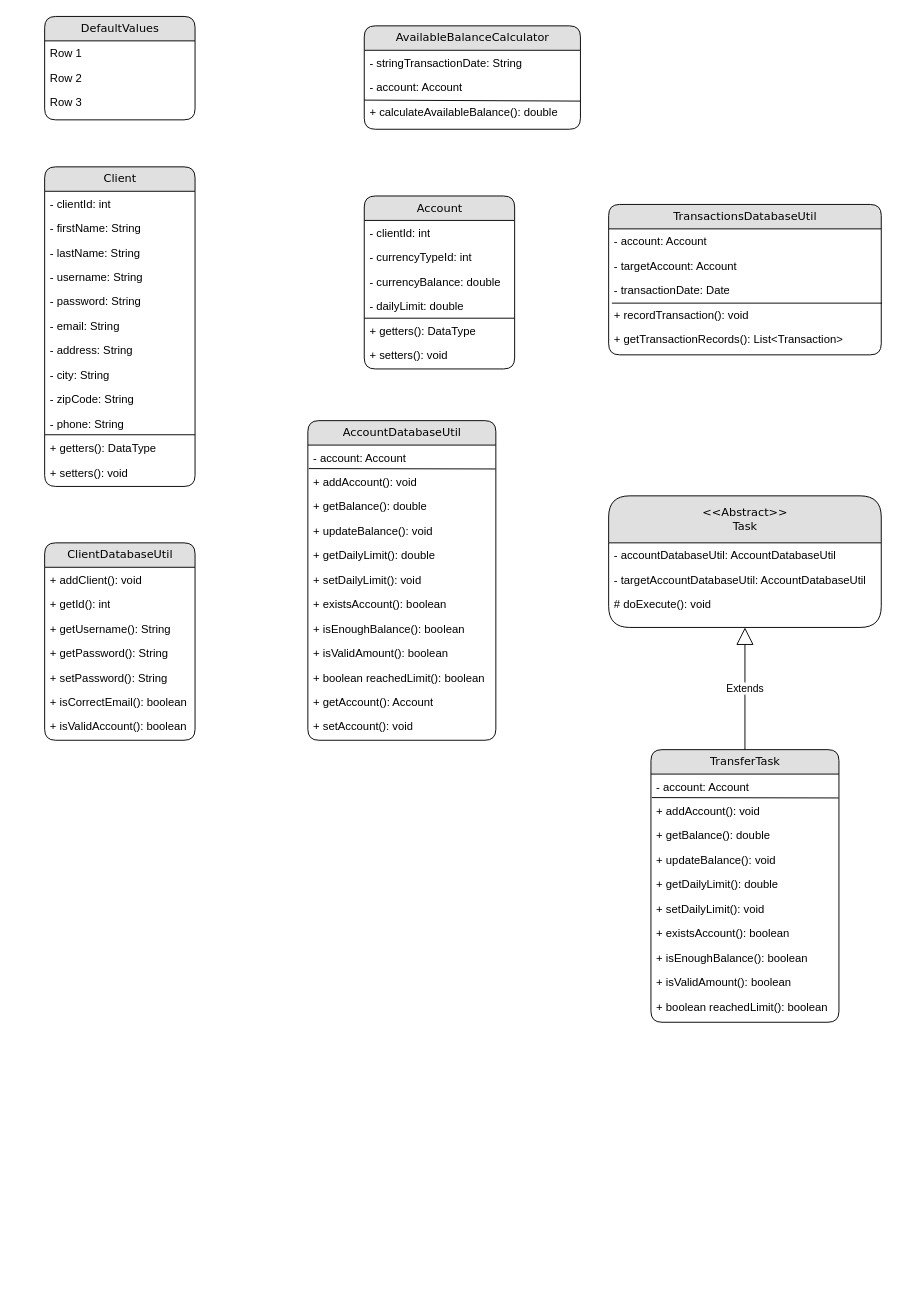
Above: bank-for-pros-UML.drawio in jren-jane/bank-for-pros (draw.io), before the change. Source tidied: cells renumbered, new cells numbered last; positions are measured from the earlier drawing's top-left corner, leaving out a move shared by most shapes. Both pictures are drawn from the tidied source at 94%, with x=0, y=0 at pixel (44, 16).
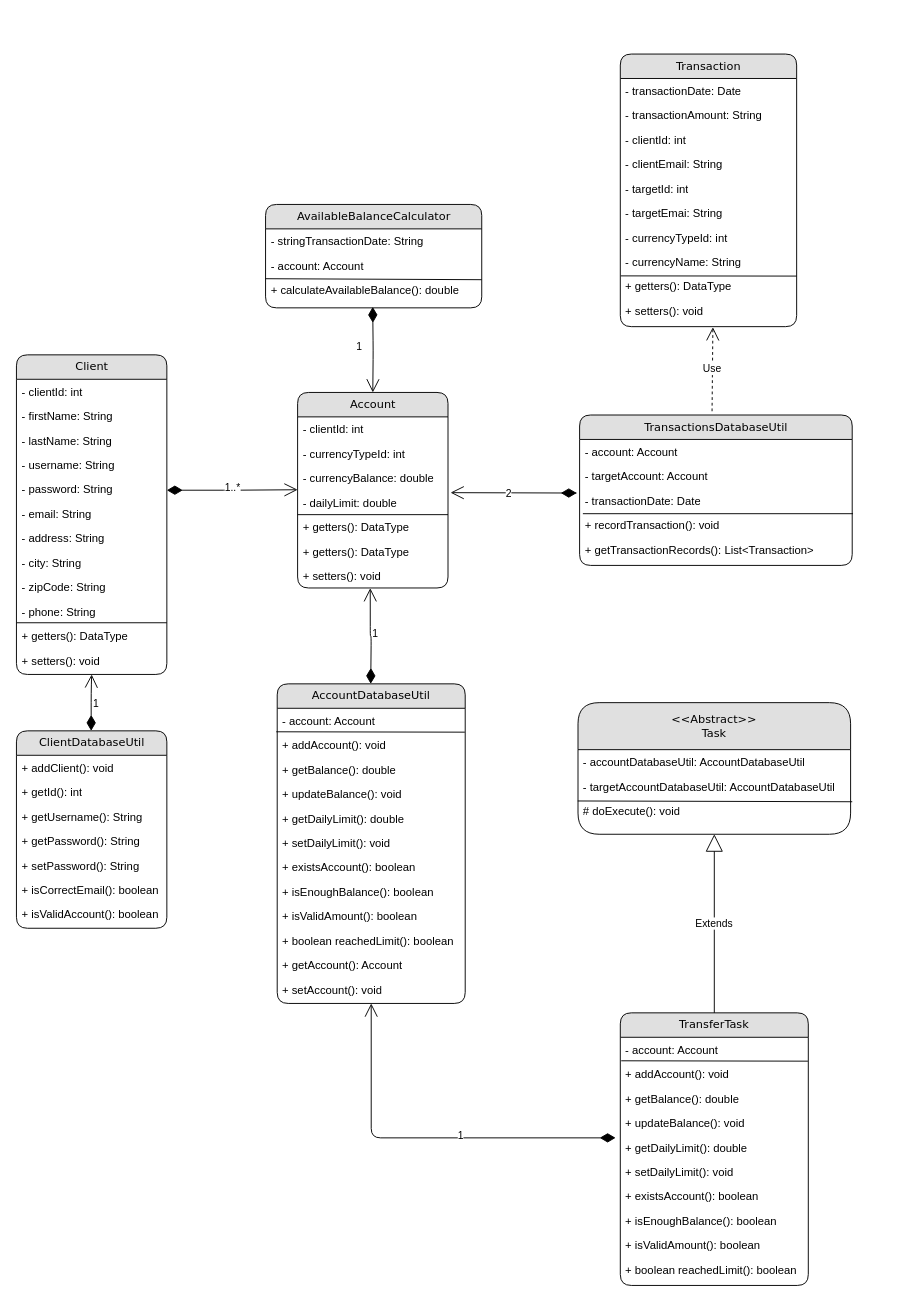
After the change.

Unchanged cells that the change refers to:
```xml
<mxCell id="37" value="- dailyLimit: double" style="text;html=1;strokeColor=none;fillColor=none;spacingLeft=4;spacingRight=4;whiteSpace=wrap;overflow=hidden;points=[[0,0.5],[1,0.5]];portConstraint=eastwest;" parent="33" vertex="1">
  <mxGeometry y="104" width="160" height="26" as="geometry" />
</mxCell>
<mxCell id="43" value="+ addAccount(): void" style="text;html=1;strokeColor=none;fillColor=none;spacingLeft=4;spacingRight=4;whiteSpace=wrap;overflow=hidden;points=[[0,0.5],[1,0.5]];portConstraint=eastwest;" parent="41" vertex="1">
  <mxGeometry y="52" width="200" height="26" as="geometry" />
</mxCell>
<mxCell id="70" value="# doExecute(): void" style="text;html=1;strokeColor=none;fillColor=none;spacingLeft=4;spacingRight=4;whiteSpace=wrap;overflow=hidden;points=[[0,0.5],[1,0.5]];portConstraint=eastwest;" parent="67" vertex="1">
  <mxGeometry y="102" width="290" height="26" as="geometry" />
</mxCell>
```

Diff of the diagram source:
```diff
@@
-    <mxCell id="2" value="DefaultValues" style="swimlane;html=1;fontStyle=0;horizontal=1;startSize=26;fillColor=#e0e0e0;swimlaneFillColor=#ffffff;align=center;rounded=1;shadow=0;comic=0;labelBackgroundColor=none;strokeWidth=1;fontFamily=Verdana;fontSize=12;" parent="1" vertex="1">
-      <mxGeometry width="160" height="110" as="geometry" />
-    </mxCell>
-    <mxCell id="3" value="Row 1" style="text;html=1;strokeColor=none;fillColor=none;spacingLeft=4;spacingRight=4;whiteSpace=wrap;overflow=hidden;" parent="2" vertex="1">
-      <mxGeometry y="26" width="160" height="26" as="geometry" />
-    </mxCell>
-    <mxCell id="4" value="Row 2" style="text;html=1;strokeColor=none;fillColor=none;spacingLeft=4;spacingRight=4;whiteSpace=wrap;overflow=hidden;" parent="2" vertex="1">
-      <mxGeometry y="52" width="160" height="26" as="geometry" />
-    </mxCell>
-    <mxCell id="5" value="Row 3" style="text;html=1;strokeColor=none;fillColor=none;spacingLeft=4;spacingRight=4;whiteSpace=wrap;overflow=hidden;" parent="2" vertex="1">
-      <mxGeometry y="78" width="160" height="26" as="geometry" />
-    </mxCell>
     <mxCell id="6" value="AvailableBalanceCalculator" style="swimlane;html=1;fontStyle=0;horizontal=1;startSize=26;fillColor=#e0e0e0;swimlaneFillColor=#ffffff;align=center;rounded=1;shadow=0;comic=0;labelBackgroundColor=none;strokeWidth=1;fontFamily=Verdana;fontSize=12;" parent="1" vertex="1">
-      <mxGeometry x="340" y="10" width="230" height="110" as="geometry" />
+      <mxGeometry x="235" y="200" width="230" height="110" as="geometry" />
     </mxCell>
@@
     <mxCell id="11" value="Client" style="swimlane;html=1;fontStyle=0;horizontal=1;startSize=26;fillColor=#e0e0e0;swimlaneFillColor=#ffffff;align=center;rounded=1;shadow=0;comic=0;labelBackgroundColor=none;strokeWidth=1;fontFamily=Verdana;fontSize=12;" parent="1" vertex="1">
-      <mxGeometry y="160" width="160" height="340" as="geometry" />
+      <mxGeometry x="-30" y="360" width="160" height="340" as="geometry" />
     </mxCell>
@@
     <mxCell id="25" value="ClientDatabaseUtil" style="swimlane;html=1;fontStyle=0;horizontal=1;startSize=26;fillColor=#e0e0e0;swimlaneFillColor=#ffffff;align=center;rounded=1;shadow=0;comic=0;labelBackgroundColor=none;strokeWidth=1;fontFamily=Verdana;fontSize=12;" parent="1" vertex="1">
-      <mxGeometry y="560" width="160" height="210" as="geometry" />
+      <mxGeometry x="-30" y="760" width="160" height="210" as="geometry" />
     </mxCell>
@@
     <mxCell id="33" value="Account" style="swimlane;html=1;fontStyle=0;horizontal=1;startSize=26;fillColor=#e0e0e0;swimlaneFillColor=#ffffff;align=center;rounded=1;shadow=0;comic=0;labelBackgroundColor=none;strokeWidth=1;fontFamily=Verdana;fontSize=12;" parent="1" vertex="1">
-      <mxGeometry x="340" y="191" width="160" height="184" as="geometry" />
+      <mxGeometry x="269.1" y="400" width="160" height="208" as="geometry" />
     </mxCell>
@@
+    <mxCell id="79" value="+ getters(): DataType" style="text;html=1;strokeColor=none;fillColor=none;spacingLeft=4;spacingRight=4;whiteSpace=wrap;overflow=hidden;" parent="33" vertex="1">
+      <mxGeometry y="130" width="160" height="26" as="geometry" />
+    </mxCell>
     <mxCell id="39" value="+ getters(): DataType" style="text;html=1;strokeColor=none;fillColor=none;spacingLeft=4;spacingRight=4;whiteSpace=wrap;overflow=hidden;" parent="33" vertex="1">
-      <mxGeometry y="130" width="160" height="26" as="geometry" />
+      <mxGeometry y="156" width="160" height="26" as="geometry" />
     </mxCell>
     <mxCell id="40" value="+ setters(): void" style="text;html=1;strokeColor=none;fillColor=none;spacingLeft=4;spacingRight=4;whiteSpace=wrap;overflow=hidden;points=[[0,0.5],[1,0.5]];portConstraint=eastwest;" parent="33" vertex="1">
-      <mxGeometry y="156" width="160" height="26" as="geometry" />
+      <mxGeometry y="182" width="160" height="26" as="geometry" />
     </mxCell>
     <mxCell id="41" value="AccountDatabaseUtil" style="swimlane;html=1;fontStyle=0;horizontal=1;startSize=26;fillColor=#e0e0e0;swimlaneFillColor=#ffffff;align=center;rounded=1;shadow=0;comic=0;labelBackgroundColor=none;strokeWidth=1;fontFamily=Verdana;fontSize=12;" parent="1" vertex="1">
-      <mxGeometry x="280" y="430" width="200" height="340" as="geometry" />
+      <mxGeometry x="247.4" y="710" width="200" height="340" as="geometry" />
     </mxCell>
@@
     <mxCell id="54" style="endArrow=none;html=1;entryX=0.998;entryY=-0.023;entryDx=0;entryDy=0;entryPerimeter=0;" parent="41" edge="1" target="43">
       <mxGeometry relative="1" as="geometry">
-        <mxPoint x="1" y="51" as="sourcePoint" />
+        <mxPoint x="-1" y="51" as="sourcePoint" />
       </mxGeometry>
     </mxCell>
     <mxCell id="55" value="TransferTask" style="swimlane;html=1;fontStyle=0;horizontal=1;startSize=26;fillColor=#e0e0e0;swimlaneFillColor=#ffffff;align=center;rounded=1;shadow=0;comic=0;labelBackgroundColor=none;strokeWidth=1;fontFamily=Verdana;fontSize=12;" parent="1" vertex="1">
-      <mxGeometry x="645" y="780" width="200" height="290" as="geometry" />
+      <mxGeometry x="612.4" y="1060" width="200" height="290" as="geometry" />
     </mxCell>
@@
     <mxCell id="67" value="&amp;lt;&amp;lt;Abstract&amp;gt;&amp;gt;&lt;br&gt;Task" style="swimlane;html=1;fontStyle=0;horizontal=1;startSize=50;fillColor=#e0e0e0;swimlaneFillColor=#ffffff;align=center;rounded=1;shadow=0;comic=0;labelBackgroundColor=none;strokeWidth=1;fontFamily=Verdana;fontSize=12;" parent="1" vertex="1">
-      <mxGeometry x="600" y="510" width="290" height="140" as="geometry" />
+      <mxGeometry x="567.4" y="730" width="290" height="140" as="geometry" />
     </mxCell>
@@
+    <mxCell id="80" style="endArrow=none;html=1;exitX=-0.001;exitY=0.1;exitDx=0;exitDy=0;exitPerimeter=0;entryX=1.006;entryY=0.131;entryDx=0;entryDy=0;entryPerimeter=0;" parent="67" edge="1" source="70" target="70">
+      <mxGeometry relative="1" as="geometry" />
+    </mxCell>
     <mxCell id="71" value="TransactionsDatabaseUtil" style="swimlane;html=1;fontStyle=0;horizontal=1;startSize=26;fillColor=#e0e0e0;swimlaneFillColor=#ffffff;align=center;rounded=1;shadow=0;comic=0;labelBackgroundColor=none;strokeWidth=1;fontFamily=Verdana;fontSize=12;" parent="1" vertex="1">
-      <mxGeometry x="600" y="200" width="290" height="160" as="geometry" />
+      <mxGeometry x="569.1" y="424" width="290" height="160" as="geometry" />
     </mxCell>
@@
+    <mxCell id="81" value="1" style="endArrow=open;html=1;endSize=12;startArrow=diamondThin;startSize=14;startFill=1;edgeStyle=orthogonalEdgeStyle;align=left;verticalAlign=bottom;" parent="1" edge="1">
+      <mxGeometry x="-0.16" y="7" relative="1" as="geometry">
+        <mxPoint x="607.4" y="1193" as="sourcePoint" />
+        <mxPoint x="347.4" y="1050" as="targetPoint" />
+        <Array as="points">
+          <mxPoint x="347.4" y="1193" />
+        </Array>
+      </mxGeometry>
+    </mxCell>
+    <mxCell id="82" value="2" style="endArrow=open;html=1;endSize=12;startArrow=diamondThin;startSize=14;startFill=1;edgeStyle=orthogonalEdgeStyle;align=left;verticalAlign=bottom;entryX=1.017;entryY=0.1;entryDx=0;entryDy=0;entryPerimeter=0;" parent="1" edge="1" target="37">
+      <mxGeometry x="0.24" y="10" relative="1" as="geometry">
+        <mxPoint x="549.1" y="507" as="sourcePoint" />
+        <Array as="points">
+          <mxPoint x="566.1" y="507" />
+        </Array>
+      </mxGeometry>
+    </mxCell>
+    <mxCell id="83" value="1" style="endArrow=open;html=1;endSize=12;startArrow=diamondThin;startSize=14;startFill=1;edgeStyle=orthogonalEdgeStyle;align=left;verticalAlign=bottom;entryX=0.483;entryY=1.008;entryDx=0;entryDy=0;entryPerimeter=0;" parent="1" edge="1" target="40">
+      <mxGeometry y="7" relative="1" as="geometry">
+        <mxPoint x="346.9" y="710" as="sourcePoint" />
+      </mxGeometry>
+    </mxCell>
+    <mxCell id="84" value="1" style="endArrow=open;html=1;endSize=12;startArrow=diamondThin;startSize=14;startFill=1;edgeStyle=orthogonalEdgeStyle;align=left;verticalAlign=bottom;entryX=0.5;entryY=0;entryDx=0;entryDy=0;" parent="1" edge="1" target="33">
+      <mxGeometry x="0.12" y="-19" relative="1" as="geometry">
+        <mxPoint x="349" y="309" as="sourcePoint" />
+      </mxGeometry>
+    </mxCell>
+    <mxCell id="85" value="1" style="endArrow=open;html=1;endSize=12;startArrow=diamondThin;startSize=14;startFill=1;edgeStyle=orthogonalEdgeStyle;align=left;verticalAlign=bottom;" parent="1" edge="1">
+      <mxGeometry x="-0.33" relative="1" as="geometry">
+        <mxPoint x="49.5" y="760" as="sourcePoint" />
+        <mxPoint x="50" y="700" as="targetPoint" />
+        <Array as="points">
+          <mxPoint x="49.5" y="720" />
+          <mxPoint x="49.5" y="720" />
+        </Array>
+      </mxGeometry>
+    </mxCell>
+    <mxCell id="86" value="1..*" style="endArrow=open;html=1;endSize=12;startArrow=diamondThin;startSize=14;startFill=1;edgeStyle=orthogonalEdgeStyle;align=left;verticalAlign=bottom;" parent="1" edge="1">
+      <mxGeometry x="-0.14" y="-6" relative="1" as="geometry">
+        <mxPoint x="130" y="504" as="sourcePoint" />
+        <mxPoint x="269.1" y="503.5" as="targetPoint" />
+        <Array as="points">
+          <mxPoint x="200" y="504" />
+        </Array>
+      </mxGeometry>
+    </mxCell>
+    <mxCell id="87" value="Transaction" style="swimlane;html=1;fontStyle=0;horizontal=1;startSize=26;fillColor=#e0e0e0;swimlaneFillColor=#ffffff;align=center;rounded=1;shadow=0;comic=0;labelBackgroundColor=none;strokeWidth=1;fontFamily=Verdana;fontSize=12;" parent="1" vertex="1">
+      <mxGeometry x="612.4" y="40" width="187.6" height="290" as="geometry" />
+    </mxCell>
+    <mxCell id="88" value="- transactionDate: Date" style="text;html=1;strokeColor=none;fillColor=none;spacingLeft=4;spacingRight=4;whiteSpace=wrap;overflow=hidden;" parent="87" vertex="1">
+      <mxGeometry y="26" width="187.6" height="26" as="geometry" />
+    </mxCell>
+    <mxCell id="89" value="- transactionAmount: String" style="text;html=1;strokeColor=none;fillColor=none;spacingLeft=4;spacingRight=4;whiteSpace=wrap;overflow=hidden;" parent="87" vertex="1">
+      <mxGeometry y="52" width="187.6" height="26" as="geometry" />
+    </mxCell>
+    <mxCell id="90" value="- clientId: int" style="text;html=1;strokeColor=none;fillColor=none;spacingLeft=4;spacingRight=4;whiteSpace=wrap;overflow=hidden;" parent="87" vertex="1">
+      <mxGeometry y="78" width="187.6" height="26" as="geometry" />
+    </mxCell>
+    <mxCell id="91" value="- clientEmail: String" style="text;html=1;strokeColor=none;fillColor=none;spacingLeft=4;spacingRight=4;whiteSpace=wrap;overflow=hidden;" parent="87" vertex="1">
+      <mxGeometry y="104" width="187.6" height="26" as="geometry" />
+    </mxCell>
+    <mxCell id="92" value="- targetId: int" style="text;html=1;strokeColor=none;fillColor=none;spacingLeft=4;spacingRight=4;whiteSpace=wrap;overflow=hidden;" parent="87" vertex="1">
+      <mxGeometry y="130" width="187.6" height="26" as="geometry" />
+    </mxCell>
+    <mxCell id="93" value="- targetEmai: String" style="text;html=1;strokeColor=none;fillColor=none;spacingLeft=4;spacingRight=4;whiteSpace=wrap;overflow=hidden;" parent="87" vertex="1">
+      <mxGeometry y="156" width="187.6" height="26" as="geometry" />
+    </mxCell>
+    <mxCell id="94" value="- currencyTypeId: int" style="text;html=1;strokeColor=none;fillColor=none;spacingLeft=4;spacingRight=4;whiteSpace=wrap;overflow=hidden;" parent="87" vertex="1">
+      <mxGeometry y="182" width="187.6" height="26" as="geometry" />
+    </mxCell>
+    <mxCell id="95" value="- currencyName: String" style="text;html=1;strokeColor=none;fillColor=none;spacingLeft=4;spacingRight=4;whiteSpace=wrap;overflow=hidden;" parent="87" vertex="1">
+      <mxGeometry y="208" width="187.6" height="26" as="geometry" />
+    </mxCell>
+    <mxCell id="96" value="+ getters(): DataType" style="text;html=1;strokeColor=none;fillColor=none;spacingLeft=4;spacingRight=4;whiteSpace=wrap;overflow=hidden;points=[[0,0.5],[1,0.5]];portConstraint=eastwest;" parent="87" vertex="1">
+      <mxGeometry y="234" width="187.6" height="26" as="geometry" />
+    </mxCell>
+    <mxCell id="97" value="+ setters(): void" style="text;html=1;strokeColor=none;fillColor=none;spacingLeft=4;spacingRight=4;whiteSpace=wrap;overflow=hidden;points=[[0,0.5],[1,0.5]];portConstraint=eastwest;" parent="87" vertex="1">
+      <mxGeometry y="260" width="187.6" height="26" as="geometry" />
+    </mxCell>
+    <mxCell id="98" style="endArrow=none;html=1;entryX=1;entryY=0.085;entryDx=0;entryDy=0;entryPerimeter=0;" parent="87" edge="1" target="96">
+      <mxGeometry relative="1" as="geometry">
+        <mxPoint x="0.6" y="236" as="sourcePoint" />
+      </mxGeometry>
+    </mxCell>
+    <mxCell id="99" value="Use" style="endArrow=open;endSize=12;dashed=1;html=1;entryX=0.525;entryY=1.177;entryDx=0;entryDy=0;entryPerimeter=0;" parent="1" edge="1" target="97">
+      <mxGeometry relative="1" as="geometry">
+        <mxPoint x="710" y="420" as="sourcePoint" />
+      </mxGeometry>
+    </mxCell>
```
